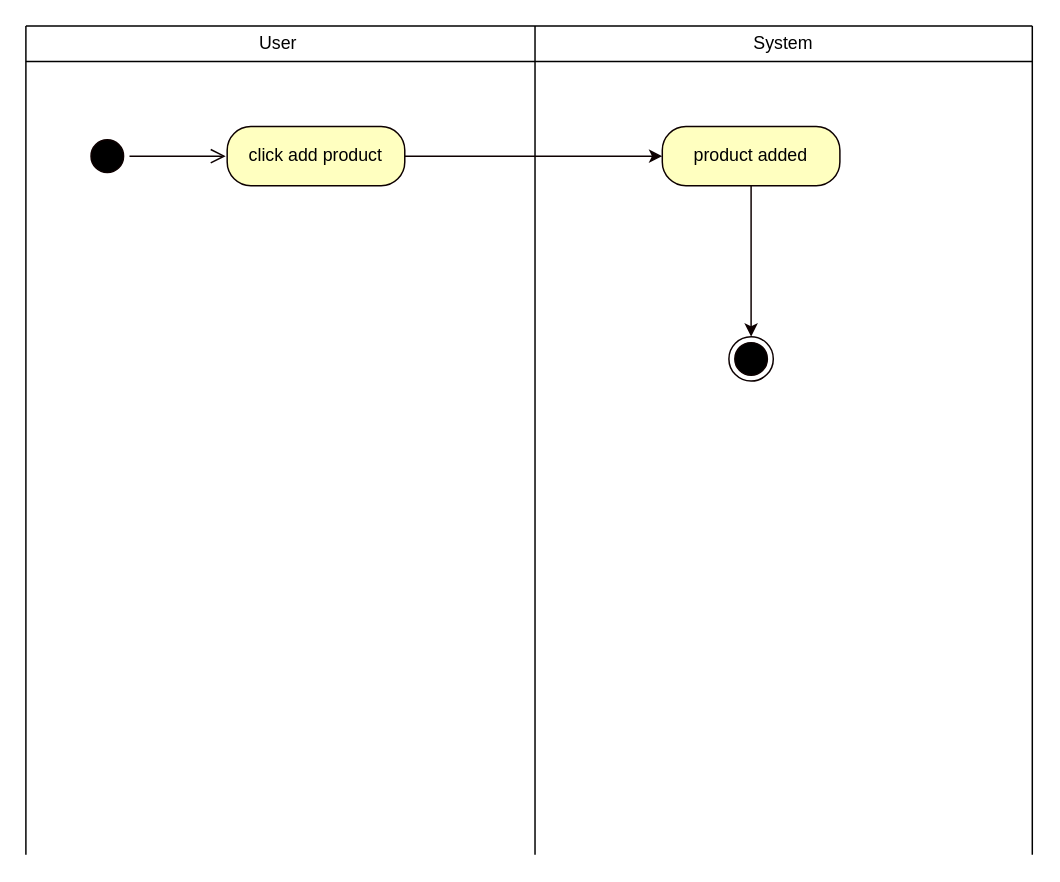
Before: activity diagram.drawio in Zuhaily98/Zuhaily98.github.io, a draw.io diagram. Source tidied: cells renumbered, new cells numbered last; positions are measured from the earlier drawing's top-left corner, leaving out a move shared by most shapes. Both pictures are drawn from the tidied source at 148%, with x=0, y=0 at pixel (25, 25).
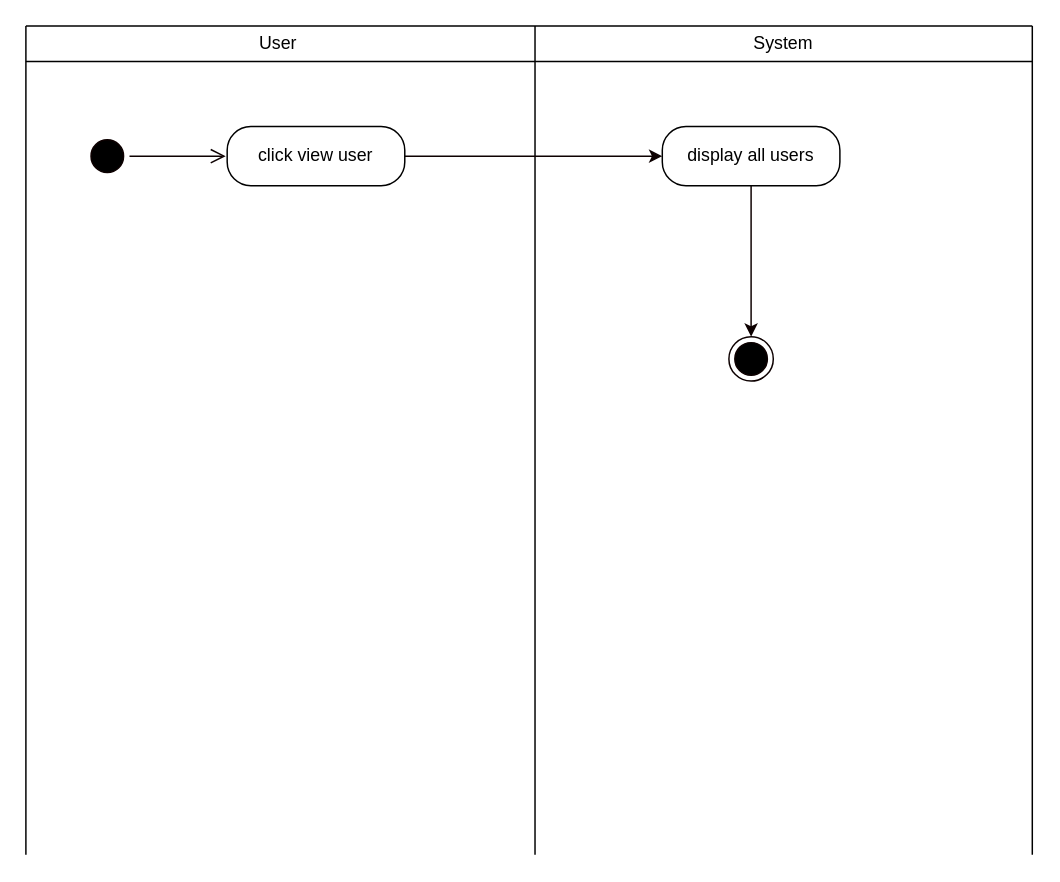
After the change.

The edit, as a diff of the source:
```diff
@@
-    <mxCell id="12" value="click add product" style="rounded=1;whiteSpace=wrap;html=1;arcSize=40;fontColor=#000000;fillColor=#ffffc0;strokeColor=#0D0000;" parent="1" vertex="1">
+    <mxCell id="12" value="click view user" style="rounded=1;whiteSpace=wrap;html=1;arcSize=40;fillColor=none;" parent="1" vertex="1">
       <mxGeometry x="136" y="68" width="120" height="40" as="geometry" />
     </mxCell>
@@
-    <mxCell id="14" value="product added" style="rounded=1;whiteSpace=wrap;html=1;arcSize=40;fontColor=#000000;fillColor=#ffffc0;strokeColor=#0D0000;" parent="1" vertex="1">
+    <mxCell id="14" value="display all users" style="rounded=1;whiteSpace=wrap;html=1;arcSize=40;fillColor=none;" parent="1" vertex="1">
       <mxGeometry x="430" y="68" width="120" height="40" as="geometry" />
     </mxCell>
```
